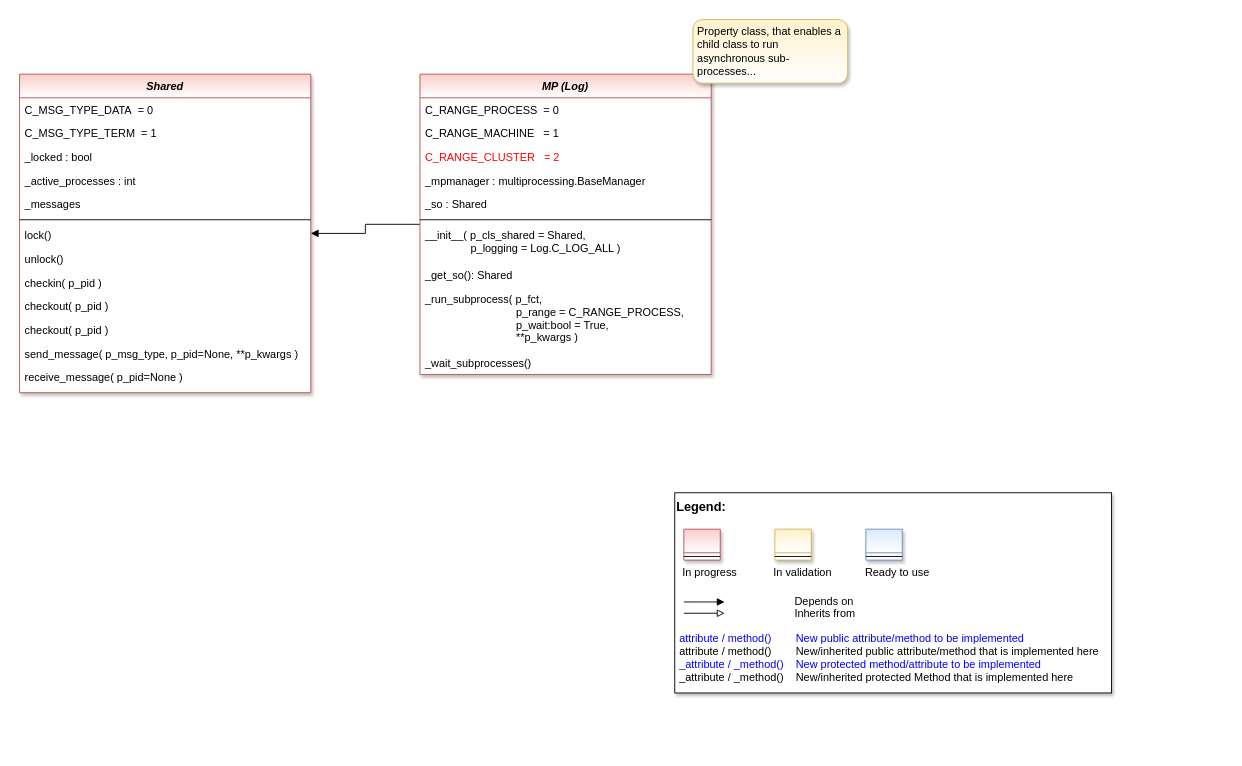
Earlier version of the draw.io diagram doc/rtd/content/append2/core/images/bf/MLPro-BF-MP_class_diagram.drawio (fhswf/MLPro). Source tidied: cells renumbered, new cells numbered last; positions are measured from the earlier drawing's top-left corner, leaving out a move shared by most shapes. Both pictures are drawn from the tidied source at 91%, with x=0, y=0 at pixel (19, 19).
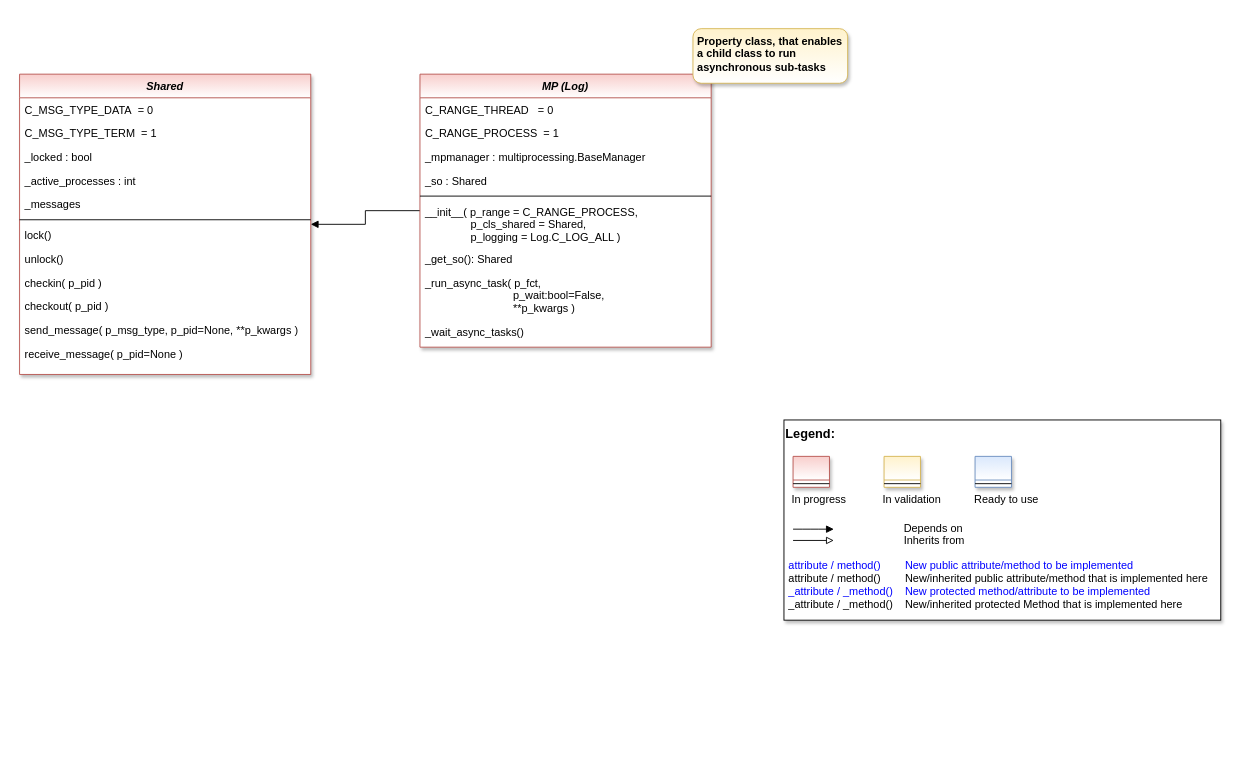
The same diagram, later.

Change to the diagram source:
```diff
@@
     <mxCell id="2" style="group;" parent="1" vertex="1">
-      <mxGeometry x="720" y="520" width="480" height="220" as="geometry" />
+      <mxGeometry x="840" y="440" width="480" height="220" as="geometry" />
     </mxCell>
@@
     <mxCell id="12" value="Shared" style="swimlane;fontStyle=3;align=center;verticalAlign=top;horizontal=1;startSize=26;rounded=0;shadow=1;strokeWidth=1;fillColor=#f8cecc;strokeColor=#b85450;glass=0;swimlaneFillColor=#ffffff;gradientColor=#ffffff;" parent="1" vertex="1">
-      <mxGeometry y="60" width="320" height="350" as="geometry" />
+      <mxGeometry y="60" width="320" height="330" as="geometry" />
     </mxCell>
@@
-    <mxCell id="23" value="checkout( p_pid )" style="text;align=left;verticalAlign=top;spacingLeft=4;spacingRight=4;overflow=hidden;" parent="12" vertex="1">
-      <mxGeometry y="268" width="320" height="26" as="geometry" />
-    </mxCell>
     <mxCell id="24" value="send_message( p_msg_type, p_pid=None, **p_kwargs )" style="text;align=left;verticalAlign=top;spacingLeft=4;spacingRight=4;overflow=hidden;" parent="12" vertex="1">
-      <mxGeometry y="294" width="320" height="26" as="geometry" />
+      <mxGeometry y="268" width="320" height="26" as="geometry" />
     </mxCell>
     <mxCell id="25" value="receive_message( p_pid=None )" style="text;align=left;verticalAlign=top;spacingLeft=4;spacingRight=4;overflow=hidden;" parent="12" vertex="1">
-      <mxGeometry y="320" width="320" height="26" as="geometry" />
+      <mxGeometry y="294" width="320" height="26" as="geometry" />
     </mxCell>
@@
     <mxCell id="27" value="MP (Log)" style="swimlane;fontStyle=3;align=center;verticalAlign=top;horizontal=1;startSize=26;rounded=0;shadow=1;strokeWidth=1;fillColor=#f8cecc;strokeColor=#b85450;glass=0;swimlaneFillColor=#ffffff;gradientColor=#ffffff;" parent="1" vertex="1">
-      <mxGeometry x="440" y="60" width="320" height="330" as="geometry" />
+      <mxGeometry x="440" y="60" width="320" height="300" as="geometry" />
     </mxCell>
+    <mxCell id="29" value="C_RANGE_THREAD   = 0" style="text;align=left;verticalAlign=top;spacingLeft=4;spacingRight=4;overflow=hidden;" parent="27" vertex="1">
+      <mxGeometry y="26" width="320" height="26" as="geometry" />
+    </mxCell>
-    <mxCell id="28" value="C_RANGE_PROCESS  = 0" style="text;align=left;verticalAlign=top;spacingLeft=4;spacingRight=4;overflow=hidden;" parent="27" vertex="1">
-      <mxGeometry y="26" width="320" height="26" as="geometry" />
+    <mxCell id="28" value="C_RANGE_PROCESS  = 1" style="text;align=left;verticalAlign=top;spacingLeft=4;spacingRight=4;overflow=hidden;" parent="27" vertex="1">
+      <mxGeometry y="52" width="320" height="26" as="geometry" />
     </mxCell>
-    <mxCell id="29" value="C_RANGE_MACHINE   = 1" style="text;align=left;verticalAlign=top;spacingLeft=4;spacingRight=4;overflow=hidden;" parent="27" vertex="1">
-      <mxGeometry y="52" width="320" height="26" as="geometry" />
-    </mxCell>
-    <mxCell id="30" value="C_RANGE_CLUSTER   = 2" style="text;align=left;verticalAlign=top;spacingLeft=4;spacingRight=4;overflow=hidden;fontColor=#FF0000;" parent="27" vertex="1">
-      <mxGeometry y="78" width="320" height="26" as="geometry" />
-    </mxCell>
     <mxCell id="31" value="_mpmanager : multiprocessing.BaseManager" style="text;align=left;verticalAlign=top;spacingLeft=4;spacingRight=4;overflow=hidden;" parent="27" vertex="1">
-      <mxGeometry y="104" width="320" height="26" as="geometry" />
+      <mxGeometry y="78" width="320" height="26" as="geometry" />
     </mxCell>
     <mxCell id="32" value="_so : Shared" style="text;align=left;verticalAlign=top;spacingLeft=4;spacingRight=4;overflow=hidden;" parent="27" vertex="1">
-      <mxGeometry y="130" width="320" height="26" as="geometry" />
+      <mxGeometry y="104" width="320" height="26" as="geometry" />
     </mxCell>
     <mxCell id="33" style="line;html=1;strokeWidth=1;align=left;verticalAlign=middle;spacingTop=-1;spacingLeft=3;spacingRight=3;labelPosition=right;" parent="27" vertex="1">
-      <mxGeometry y="156" width="320" height="8" as="geometry" />
+      <mxGeometry y="130" width="320" height="8" as="geometry" />
     </mxCell>
-    <mxCell id="34" value="__init__( p_cls_shared = Shared,&#10;               p_logging = Log.C_LOG_ALL )" style="text;align=left;verticalAlign=top;spacingLeft=4;spacingRight=4;overflow=hidden;fontColor=default;" parent="27" vertex="1">
-      <mxGeometry y="164" width="320" height="44" as="geometry" />
+    <mxCell id="34" value="__init__( p_range = C_RANGE_PROCESS,&#10;               p_cls_shared = Shared,&#10;               p_logging = Log.C_LOG_ALL )" style="text;align=left;verticalAlign=top;spacingLeft=4;spacingRight=4;overflow=hidden;fontColor=default;" parent="27" vertex="1">
+      <mxGeometry y="138" width="320" height="52" as="geometry" />
     </mxCell>
     <mxCell id="35" value="_get_so(): Shared" style="text;align=left;verticalAlign=top;spacingLeft=4;spacingRight=4;overflow=hidden;" parent="27" vertex="1">
-      <mxGeometry y="208" width="320" height="26" as="geometry" />
+      <mxGeometry y="190" width="320" height="26" as="geometry" />
     </mxCell>
-    <mxCell id="36" value="_run_subprocess( p_fct,&#10;                              p_range = C_RANGE_PROCESS, &#10;                              p_wait:bool = True,&#10;                              **p_kwargs )" style="text;align=left;verticalAlign=top;spacingLeft=4;spacingRight=4;overflow=hidden;" parent="27" vertex="1">
-      <mxGeometry y="234" width="320" height="70" as="geometry" />
+    <mxCell id="36" value="_run_async_task( p_fct,&#10;                             p_wait:bool=False,&#10;                             **p_kwargs )" style="text;align=left;verticalAlign=top;spacingLeft=4;spacingRight=4;overflow=hidden;" parent="27" vertex="1">
+      <mxGeometry y="216" width="320" height="54" as="geometry" />
     </mxCell>
-    <mxCell id="37" value="_wait_subprocesses()" style="text;align=left;verticalAlign=top;spacingLeft=4;spacingRight=4;overflow=hidden;" parent="27" vertex="1">
-      <mxGeometry y="304" width="320" height="26" as="geometry" />
+    <mxCell id="37" value="_wait_async_tasks()" style="text;align=left;verticalAlign=top;spacingLeft=4;spacingRight=4;overflow=hidden;" parent="27" vertex="1">
+      <mxGeometry y="270" width="320" height="26" as="geometry" />
     </mxCell>
-    <mxCell id="38" value="Property class, that enables a child class to run asynchronous sub-processes..." style="rounded=1;whiteSpace=wrap;html=1;fillColor=#fff2cc;strokeColor=#d6b656;shadow=1;gradientColor=#ffffff;fontStyle=0;align=left;verticalAlign=top;spacingRight=3;spacingLeft=3;" parent="1" vertex="1">
-      <mxGeometry x="740" width="170" height="70" as="geometry" />
+    <mxCell id="38" value="Property class, that enables a child class to run asynchronous sub-tasks" style="rounded=1;whiteSpace=wrap;html=1;fillColor=#fff2cc;strokeColor=#d6b656;shadow=1;gradientColor=#ffffff;fontStyle=1;align=left;verticalAlign=top;spacingRight=3;spacingLeft=3;" parent="1" vertex="1">
+      <mxGeometry x="740" y="10" width="170" height="60" as="geometry" />
     </mxCell>
```
